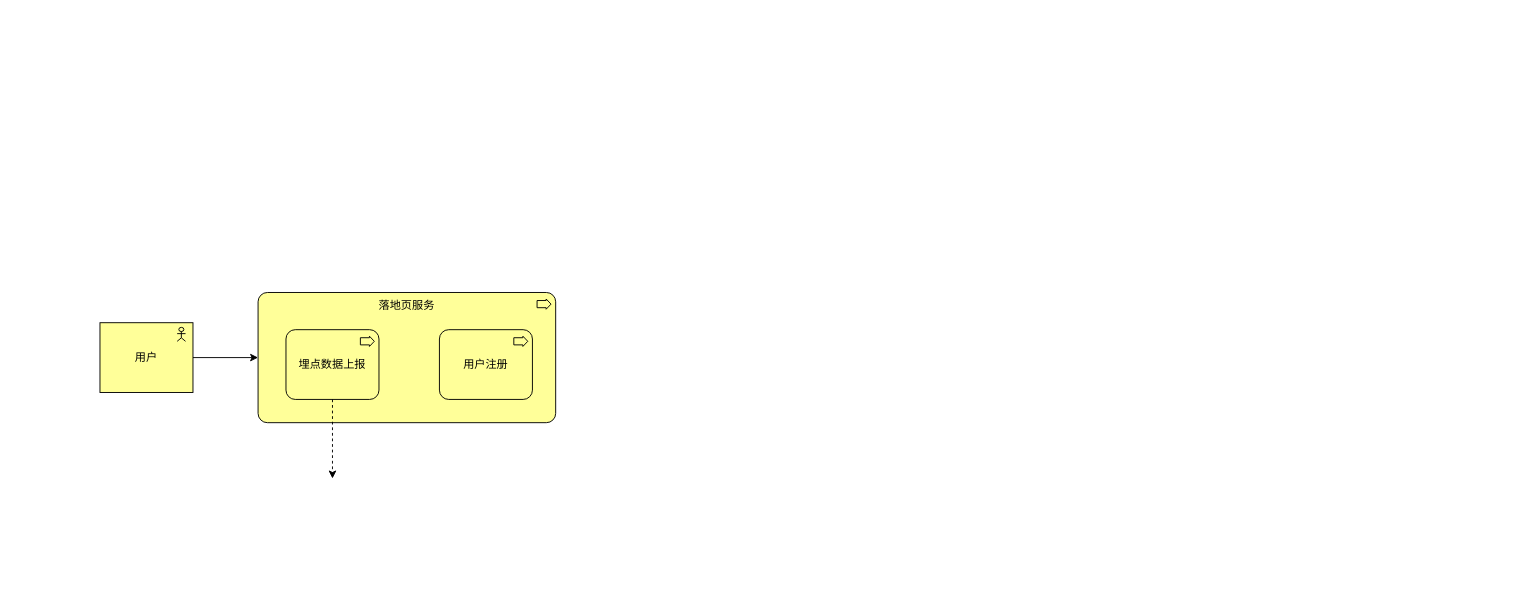
The draw.io diagram 价值归因-业务建模.drawio in yuanlj-tea/picgo, before the edit. Source tidied: cells renumbered, new cells numbered last; positions are measured from the earlier drawing's top-left corner, leaving out a move shared by most shapes. Both pictures are drawn from the tidied source at 93%, with x=0, y=0 at pixel (100, 292).
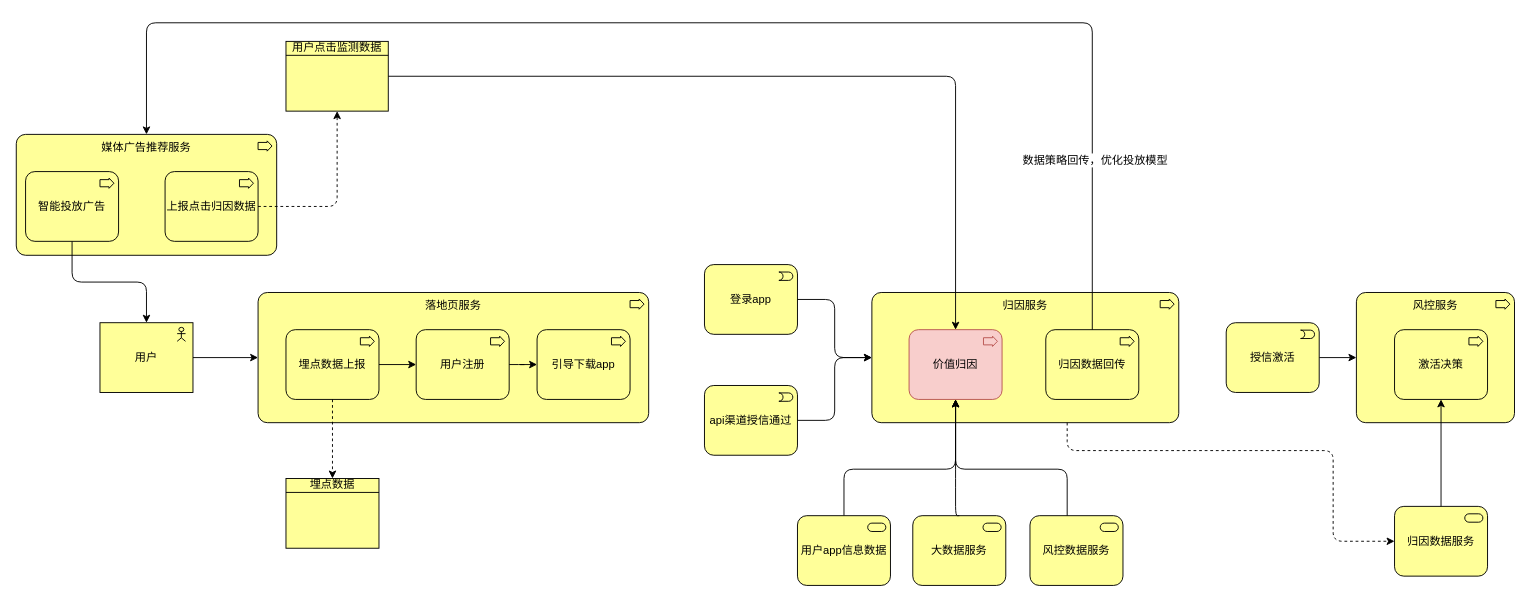
Above is the later version.

Commit message (it also covers changes not shown here):
更新价值归因-业务建模.drawio

The change refers to these unchanged cells:
```xml
<mxCell id="3" value="用户" style="html=1;outlineConnect=0;whiteSpace=wrap;fillColor=#ffff99;shape=mxgraph.archimate.application;appType=actor;" parent="1" vertex="1">
  <mxGeometry y="32.5" width="100" height="75" as="geometry" />
</mxCell>
<mxCell id="5" value="埋点数据上报" style="html=1;outlineConnect=0;whiteSpace=wrap;fillColor=#ffff99;shape=mxgraph.archimate.business;busType=process;" parent="1" vertex="1">
  <mxGeometry x="200" y="40" width="100" height="75" as="geometry" />
</mxCell>
```

What changed in the source:
```diff
@@
     <mxCell id="4" value="落地页服务" style="html=1;outlineConnect=0;whiteSpace=wrap;fillColor=#ffff99;shape=mxgraph.archimate.business;busType=process;verticalAlign=top;" parent="1" vertex="1">
-      <mxGeometry x="170" width="320" height="140" as="geometry" />
+      <mxGeometry x="170" width="420" height="140" as="geometry" />
     </mxCell>
+    <mxCell id="8" style="edgeStyle=orthogonalEdgeStyle;rounded=0;jettySize=auto;html=1;" parent="1" edge="1" source="5" target="6">
+      <mxGeometry relative="1" as="geometry" />
+    </mxCell>
@@
     <mxCell id="6" value="用户注册" style="html=1;outlineConnect=0;whiteSpace=wrap;fillColor=#ffff99;shape=mxgraph.archimate.business;busType=process;" parent="1" vertex="1">
-      <mxGeometry x="365" y="40" width="100" height="75" as="geometry" />
+      <mxGeometry x="340" y="40" width="100" height="75" as="geometry" />
     </mxCell>
@@
+    <mxCell id="9" value="埋点数据" style="html=1;whiteSpace=wrap;fillColor=#ffff99;shape=mxgraph.archimate.businessObject;overflow=fill;" parent="1" vertex="1">
+      <mxGeometry x="200" y="200" width="100" height="75" as="geometry" />
+    </mxCell>
+    <mxCell id="10" value="媒体广告推荐服务" style="html=1;outlineConnect=0;whiteSpace=wrap;fillColor=#ffff99;shape=mxgraph.archimate.business;busType=process;verticalAlign=top;" parent="1" vertex="1">
+      <mxGeometry x="-90" y="-170" width="280" height="130" as="geometry" />
+    </mxCell>
+    <mxCell id="11" value="智能投放广告" style="html=1;outlineConnect=0;whiteSpace=wrap;fillColor=#ffff99;shape=mxgraph.archimate.business;busType=process;" parent="1" vertex="1">
+      <mxGeometry x="-80" y="-130" width="100" height="75" as="geometry" />
+    </mxCell>
+    <mxCell id="12" style="edgeStyle=orthogonalEdgeStyle;rounded=1;jettySize=auto;html=1;entryX=0.5;entryY=0;entryDx=0;entryDy=0;entryPerimeter=0;strokeColor=default;align=center;verticalAlign=middle;fontFamily=Helvetica;fontSize=11;fontColor=default;labelBackgroundColor=default;endArrow=classic;" parent="1" edge="1" source="11" target="3">
+      <mxGeometry relative="1" as="geometry" />
+    </mxCell>
+    <mxCell id="13" value="上报点击归因数据" style="html=1;outlineConnect=0;whiteSpace=wrap;fillColor=#ffff99;shape=mxgraph.archimate.business;busType=process;" parent="1" vertex="1">
+      <mxGeometry x="70" y="-130" width="100" height="75" as="geometry" />
+    </mxCell>
+    <mxCell id="14" value="用户点击监测数据" style="html=1;outlineConnect=0;whiteSpace=wrap;fillColor=#ffff99;shape=mxgraph.archimate.businessObject;overflow=fill;" parent="1" vertex="1">
+      <mxGeometry x="200" y="-270" width="110" height="75" as="geometry" />
+    </mxCell>
+    <mxCell id="15" style="edgeStyle=orthogonalEdgeStyle;rounded=1;jettySize=auto;html=1;entryX=0.5;entryY=1;entryDx=0;entryDy=0;entryPerimeter=0;strokeColor=default;align=center;verticalAlign=middle;fontFamily=Helvetica;fontSize=11;fontColor=default;labelBackgroundColor=default;endArrow=classic;dashed=1;" parent="1" edge="1" source="13" target="14">
+      <mxGeometry relative="1" as="geometry" />
+    </mxCell>
+    <mxCell id="16" value="归因服务" style="html=1;outlineConnect=0;whiteSpace=wrap;fillColor=#ffff99;shape=mxgraph.archimate.business;busType=process;verticalAlign=top;" parent="1" vertex="1">
+      <mxGeometry x="830" width="330" height="140" as="geometry" />
+    </mxCell>
+    <mxCell id="17" value="引导下载app" style="html=1;outlineConnect=0;whiteSpace=wrap;fillColor=#ffff99;shape=mxgraph.archimate.business;busType=process;" parent="1" vertex="1">
+      <mxGeometry x="470" y="40" width="100" height="75" as="geometry" />
+    </mxCell>
+    <mxCell id="18" style="edgeStyle=orthogonalEdgeStyle;rounded=1;jettySize=auto;html=1;entryX=0;entryY=0.5;entryDx=0;entryDy=0;entryPerimeter=0;strokeColor=default;align=center;verticalAlign=middle;fontFamily=Helvetica;fontSize=11;fontColor=default;labelBackgroundColor=default;endArrow=classic;" parent="1" edge="1" source="6" target="17">
+      <mxGeometry relative="1" as="geometry" />
+    </mxCell>
+    <mxCell id="19" value="&lt;font style=&quot;font-size: 12px;&quot;&gt;登录app&lt;/font&gt;" style="html=1;outlineConnect=0;whiteSpace=wrap;fillColor=#ffff99;shape=mxgraph.archimate.business;busType=event;fontFamily=Helvetica;fontSize=11;fontColor=default;labelBackgroundColor=none;" parent="1" vertex="1">
+      <mxGeometry x="650" y="-30" width="100" height="75" as="geometry" />
+    </mxCell>
+    <mxCell id="20" value="&lt;font style=&quot;font-size: 12px;&quot;&gt;api渠道授信通过&lt;/font&gt;" style="html=1;outlineConnect=0;whiteSpace=wrap;fillColor=#ffff99;shape=mxgraph.archimate.business;busType=event;fontFamily=Helvetica;fontSize=11;fontColor=default;labelBackgroundColor=none;" parent="1" vertex="1">
+      <mxGeometry x="650" y="100" width="100" height="75" as="geometry" />
+    </mxCell>
+    <mxCell id="21" style="edgeStyle=orthogonalEdgeStyle;rounded=1;jettySize=auto;html=1;entryX=0;entryY=0.5;entryDx=0;entryDy=0;entryPerimeter=0;strokeColor=default;align=center;verticalAlign=middle;fontFamily=Helvetica;fontSize=11;fontColor=default;labelBackgroundColor=default;endArrow=classic;" parent="1" edge="1" source="19" target="16">
+      <mxGeometry relative="1" as="geometry" />
+    </mxCell>
+    <mxCell id="22" style="edgeStyle=orthogonalEdgeStyle;rounded=1;jettySize=auto;html=1;entryX=0;entryY=0.5;entryDx=0;entryDy=0;entryPerimeter=0;strokeColor=default;align=center;verticalAlign=middle;fontFamily=Helvetica;fontSize=11;fontColor=default;labelBackgroundColor=default;endArrow=classic;" parent="1" edge="1" source="20" target="16">
+      <mxGeometry relative="1" as="geometry" />
+    </mxCell>
+    <mxCell id="23" value="价值归因" style="html=1;outlineConnect=0;whiteSpace=wrap;fillColor=#f8cecc;shape=mxgraph.archimate.business;busType=process;strokeColor=#b85450;" parent="1" vertex="1">
+      <mxGeometry x="870" y="40" width="100" height="75" as="geometry" />
+    </mxCell>
+    <mxCell id="24" value="大数据服务" style="html=1;outlineConnect=0;whiteSpace=wrap;fillColor=#ffff99;shape=mxgraph.archimate.business;busType=service;fontFamily=Helvetica;fontSize=12;fontColor=default;labelBackgroundColor=none;" parent="1" vertex="1">
+      <mxGeometry x="874" y="240" width="100" height="75" as="geometry" />
+    </mxCell>
+    <mxCell id="25" style="edgeStyle=orthogonalEdgeStyle;rounded=1;jettySize=auto;html=1;strokeColor=default;align=center;verticalAlign=middle;fontFamily=Helvetica;fontSize=11;fontColor=default;labelBackgroundColor=default;endArrow=classic;" parent="1" edge="1" source="14" target="23">
+      <mxGeometry relative="1" as="geometry" />
+    </mxCell>
+    <mxCell id="26" value="风控数据服务" style="html=1;outlineConnect=0;whiteSpace=wrap;fillColor=#ffff99;shape=mxgraph.archimate.business;busType=service;fontFamily=Helvetica;fontSize=12;fontColor=default;labelBackgroundColor=none;" parent="1" vertex="1">
+      <mxGeometry x="1000" y="240" width="100" height="75" as="geometry" />
+    </mxCell>
+    <mxCell id="27" style="edgeStyle=orthogonalEdgeStyle;rounded=1;jettySize=auto;html=1;strokeColor=default;align=center;verticalAlign=middle;fontFamily=Helvetica;fontSize=11;fontColor=default;labelBackgroundColor=default;endArrow=classic;" parent="1" edge="1" source="28" target="23">
+      <mxGeometry relative="1" as="geometry">
+        <Array as="points">
+          <mxPoint x="800" y="190" />
+          <mxPoint x="920" y="190" />
+        </Array>
+      </mxGeometry>
+    </mxCell>
+    <mxCell id="28" value="用户app信息数据" style="html=1;outlineConnect=0;whiteSpace=wrap;fillColor=#ffff99;shape=mxgraph.archimate.business;busType=service;fontFamily=Helvetica;fontSize=12;fontColor=default;labelBackgroundColor=none;" parent="1" vertex="1">
+      <mxGeometry x="750" y="240" width="100" height="75" as="geometry" />
+    </mxCell>
+    <mxCell id="29" style="edgeStyle=orthogonalEdgeStyle;rounded=1;jettySize=auto;html=1;entryX=0.5;entryY=1;entryDx=0;entryDy=0;entryPerimeter=0;strokeColor=default;align=center;verticalAlign=middle;fontFamily=Helvetica;fontSize=11;fontColor=default;labelBackgroundColor=default;endArrow=classic;exitX=0.5;exitY=0;exitDx=0;exitDy=0;exitPerimeter=0;" parent="1" edge="1" source="24" target="23">
+      <mxGeometry relative="1" as="geometry">
+        <Array as="points">
+          <mxPoint x="920" y="200" />
+          <mxPoint x="920" y="200" />
+        </Array>
+      </mxGeometry>
+    </mxCell>
+    <mxCell id="30" style="edgeStyle=orthogonalEdgeStyle;rounded=1;jettySize=auto;html=1;entryX=0.5;entryY=1;entryDx=0;entryDy=0;entryPerimeter=0;strokeColor=default;align=center;verticalAlign=middle;fontFamily=Helvetica;fontSize=11;fontColor=default;labelBackgroundColor=default;endArrow=classic;" parent="1" edge="1" source="26" target="23">
+      <mxGeometry relative="1" as="geometry">
+        <Array as="points">
+          <mxPoint x="1040" y="190" />
+          <mxPoint x="920" y="190" />
+        </Array>
+      </mxGeometry>
+    </mxCell>
+    <mxCell id="31" value="归因数据服务" style="html=1;outlineConnect=0;whiteSpace=wrap;fillColor=#ffff99;shape=mxgraph.archimate.business;busType=service;fontFamily=Helvetica;fontSize=12;fontColor=default;labelBackgroundColor=none;" parent="1" vertex="1">
+      <mxGeometry x="1392" y="230" width="100" height="75" as="geometry" />
+    </mxCell>
+    <mxCell id="32" style="edgeStyle=orthogonalEdgeStyle;rounded=1;jettySize=auto;html=1;strokeColor=default;align=center;verticalAlign=middle;fontFamily=Helvetica;fontSize=11;fontColor=default;labelBackgroundColor=default;endArrow=classic;" parent="1" edge="1" source="33" target="34">
+      <mxGeometry relative="1" as="geometry" />
+    </mxCell>
+    <mxCell id="33" value="&lt;font style=&quot;font-size: 12px;&quot;&gt;授信激活&lt;/font&gt;" style="html=1;outlineConnect=0;whiteSpace=wrap;fillColor=#ffff99;shape=mxgraph.archimate.business;busType=event;fontFamily=Helvetica;fontSize=11;fontColor=default;labelBackgroundColor=none;" parent="1" vertex="1">
+      <mxGeometry x="1211" y="32.5" width="100" height="75" as="geometry" />
+    </mxCell>
+    <mxCell id="34" value="风控服务" style="html=1;outlineConnect=0;whiteSpace=wrap;fillColor=#ffff99;shape=mxgraph.archimate.business;busType=process;verticalAlign=top;" parent="1" vertex="1">
+      <mxGeometry x="1351" width="170" height="140" as="geometry" />
+    </mxCell>
+    <mxCell id="35" value="激活决策" style="html=1;outlineConnect=0;whiteSpace=wrap;fillColor=#ffff99;shape=mxgraph.archimate.business;busType=process;" parent="1" vertex="1">
+      <mxGeometry x="1392" y="40" width="100" height="75" as="geometry" />
+    </mxCell>
+    <mxCell id="36" style="edgeStyle=orthogonalEdgeStyle;rounded=1;jettySize=auto;html=1;entryX=0.5;entryY=1;entryDx=0;entryDy=0;entryPerimeter=0;strokeColor=default;align=center;verticalAlign=middle;fontFamily=Helvetica;fontSize=11;fontColor=default;labelBackgroundColor=default;endArrow=classic;" parent="1" edge="1" source="31" target="35">
+      <mxGeometry relative="1" as="geometry" />
+    </mxCell>
+    <mxCell id="37" style="edgeStyle=orthogonalEdgeStyle;rounded=1;jettySize=auto;html=1;entryX=0;entryY=0.5;entryDx=0;entryDy=0;entryPerimeter=0;strokeColor=default;align=center;verticalAlign=middle;fontFamily=Helvetica;fontSize=11;fontColor=default;labelBackgroundColor=default;endArrow=classic;dashed=1;" parent="1" edge="1" source="16" target="31">
+      <mxGeometry relative="1" as="geometry">
+        <Array as="points">
+          <mxPoint x="1040" y="170" />
+          <mxPoint x="1326" y="170" />
+          <mxPoint x="1326" y="268" />
+        </Array>
+      </mxGeometry>
+    </mxCell>
+    <mxCell id="38" value="归因数据回传" style="html=1;outlineConnect=0;whiteSpace=wrap;fillColor=#ffff99;shape=mxgraph.archimate.business;busType=process;" parent="1" vertex="1">
+      <mxGeometry x="1017" y="40" width="100" height="75" as="geometry" />
+    </mxCell>
+    <mxCell id="39" style="edgeStyle=orthogonalEdgeStyle;rounded=1;jettySize=auto;html=1;entryX=0.5;entryY=0;entryDx=0;entryDy=0;entryPerimeter=0;strokeColor=default;align=center;verticalAlign=middle;fontFamily=Helvetica;fontSize=11;fontColor=default;labelBackgroundColor=default;endArrow=classic;" parent="1" edge="1" source="38" target="10">
+      <mxGeometry relative="1" as="geometry">
+        <Array as="points">
+          <mxPoint x="1067" y="-290" />
+          <mxPoint x="50" y="-290" />
+        </Array>
+      </mxGeometry>
+    </mxCell>
+    <mxCell id="40" value="数据策略回传，优化投放模型" style="edgeLabel;html=1;align=center;verticalAlign=middle;fontFamily=Helvetica;fontSize=12;fontColor=default;labelBackgroundColor=default;" parent="39" vertex="1">
+      <mxGeometry x="-0.75" y="-2" relative="1" as="geometry" />
+    </mxCell>
```
